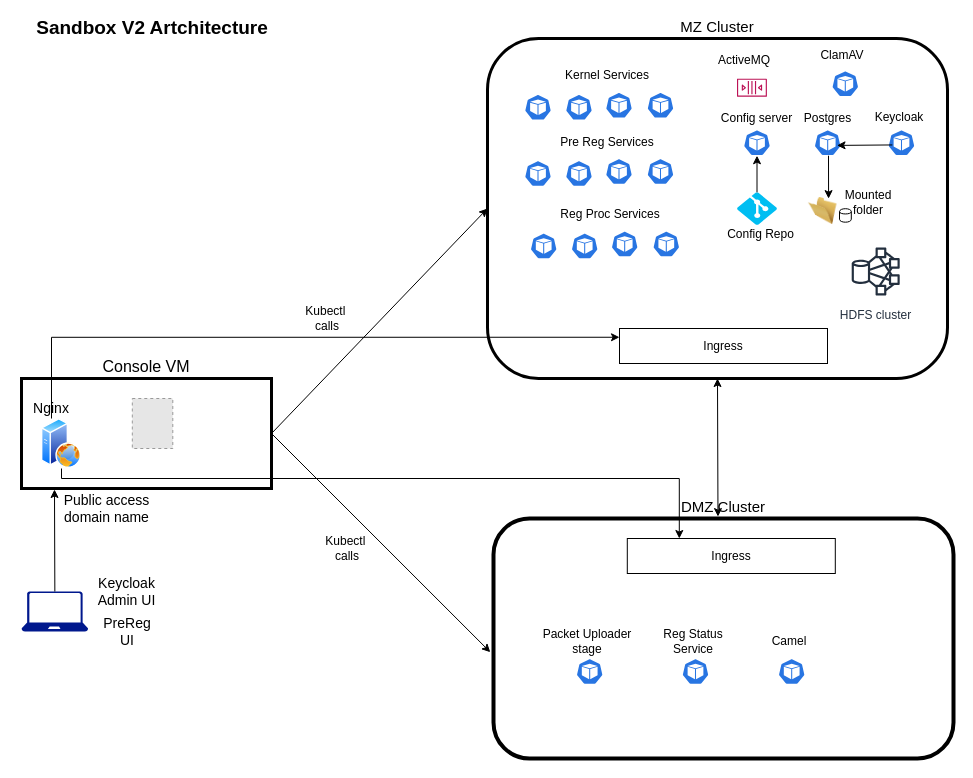
mosip/mosip-infra keeps this draw.io diagram as deployment/sandbox-v2/docs/sanbox_architecture.drawio. Above is the earlier version. Source tidied: cells renumbered, new cells numbered last; positions are measured from the earlier drawing's top-left corner, leaving out a move shared by most shapes. Both pictures are drawn from the tidied source at 100%, with x=0, y=0 at pixel (17, 18). Pictures stored in the file or linked from it are replaced by grey dashed boxes.
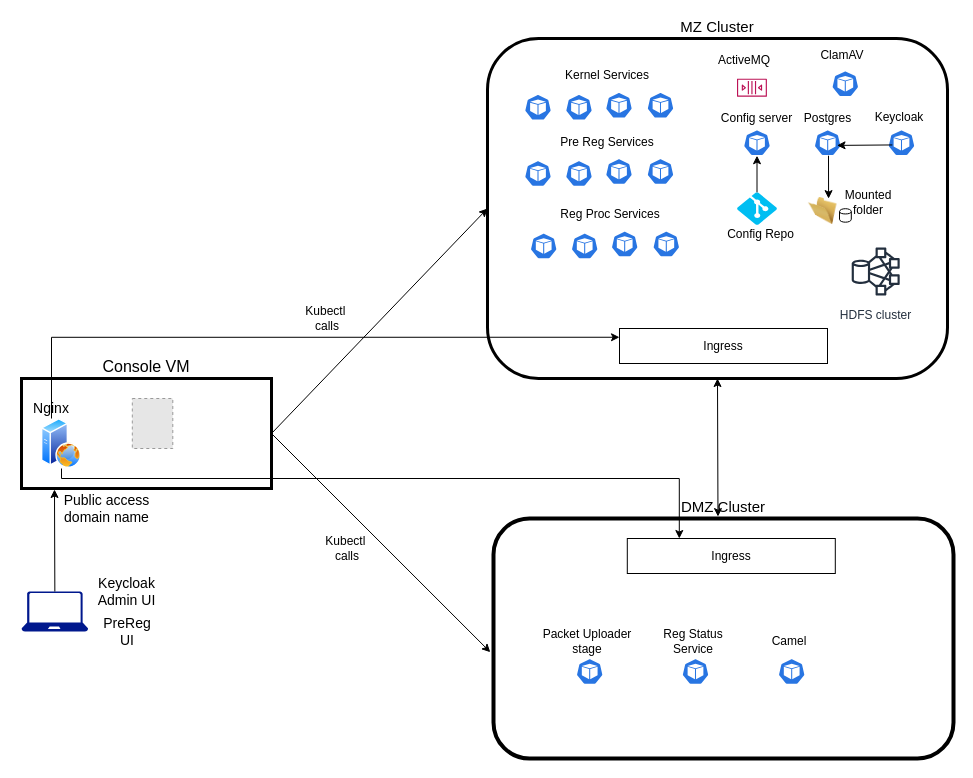
Above is the later version.

What changed in the source:
```diff
@@
-    <mxCell id="3" value="&lt;font style=&quot;font-size: 19px&quot;&gt;&lt;b&gt;Sandbox V2 Artchitecture&lt;/b&gt;&lt;/font&gt;" style="text;html=1;strokeColor=none;fillColor=none;align=center;verticalAlign=middle;whiteSpace=wrap;rounded=0;" parent="1" vertex="1">
-      <mxGeometry width="270" height="20" as="geometry" />
-    </mxCell>
```
